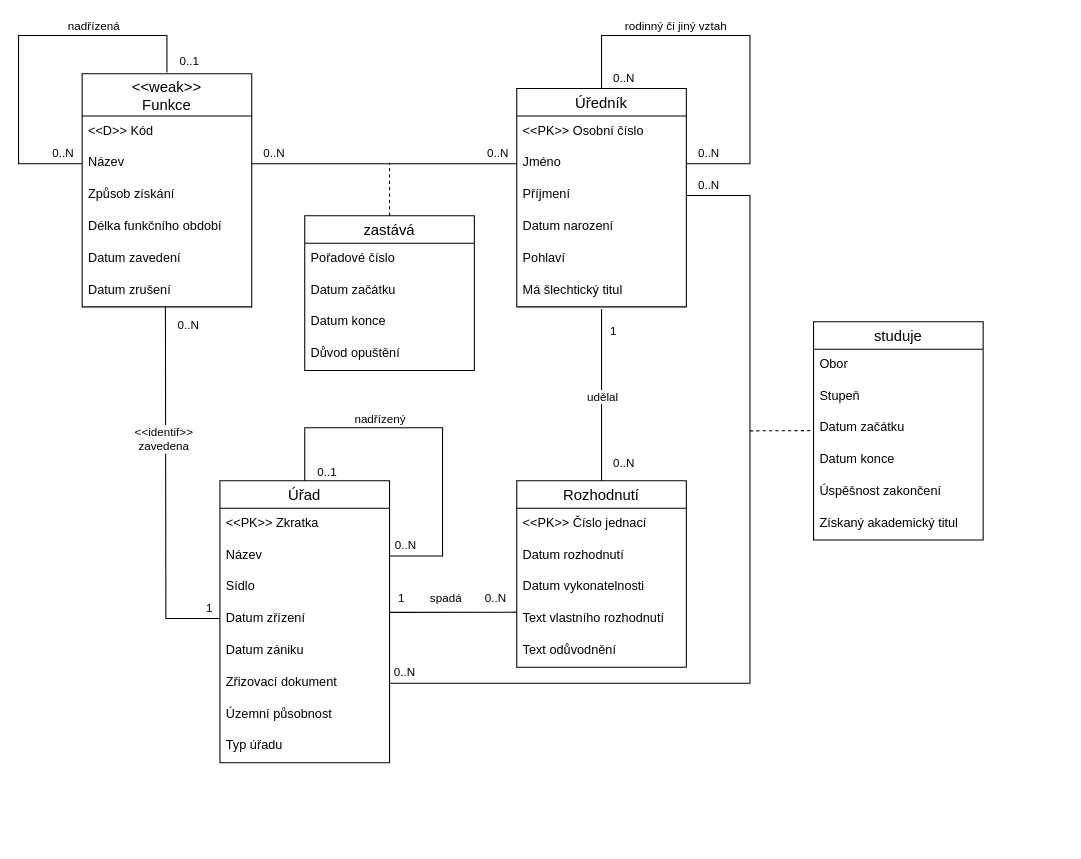
Earlier version of the draw.io diagram ius-hw.drawio (JosefKuchar/ius-hw). Source tidied: cells renumbered, new cells numbered last; positions are measured from the earlier drawing's top-left corner, leaving out a move shared by most shapes. Both pictures are drawn from the tidied source at 106%, with x=0, y=0 at pixel (18, 35).
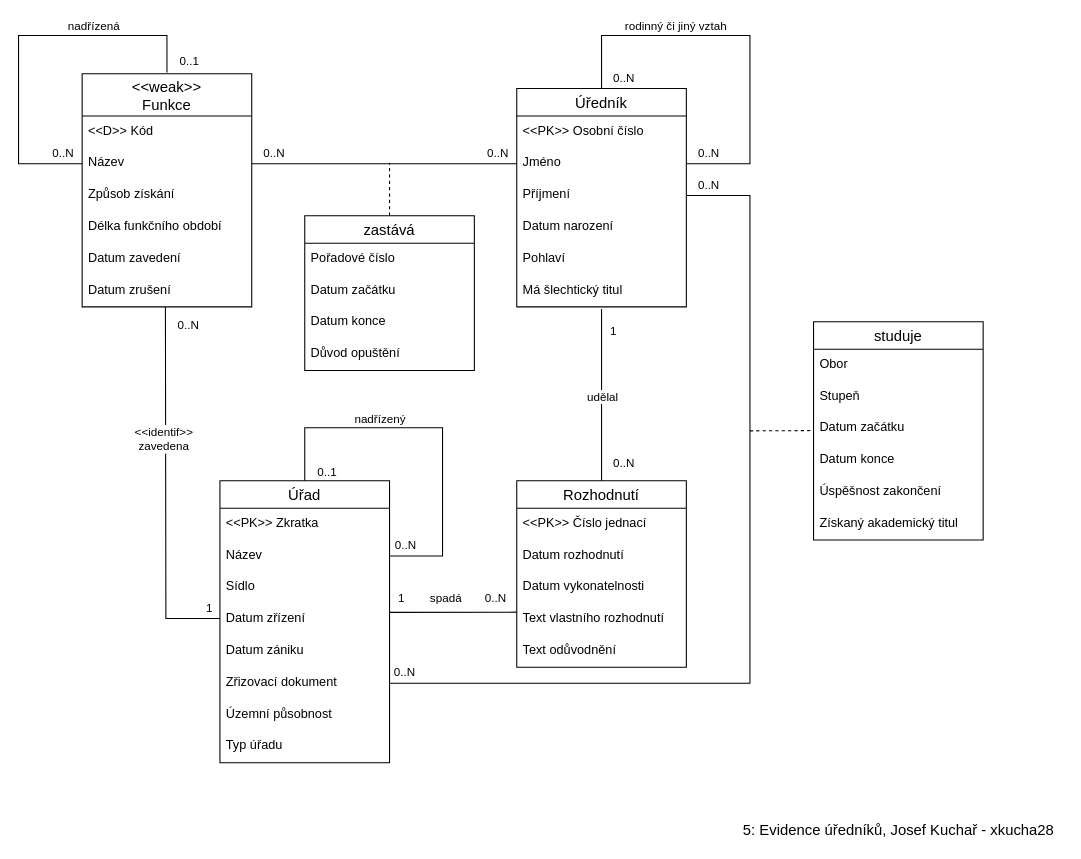
After the change.

What changed in the source:
```diff
@@
+    <mxCell id="75" value="5: Evidence úředníků, Josef Kuchař - xkucha28" style="text;html=1;align=center;verticalAlign=middle;strokeColor=none;fillColor=none;fontSize=14;fontColor=default;" parent="1" vertex="1">
+      <mxGeometry x="675" y="740" width="310" height="20" as="geometry" />
+    </mxCell>
```
